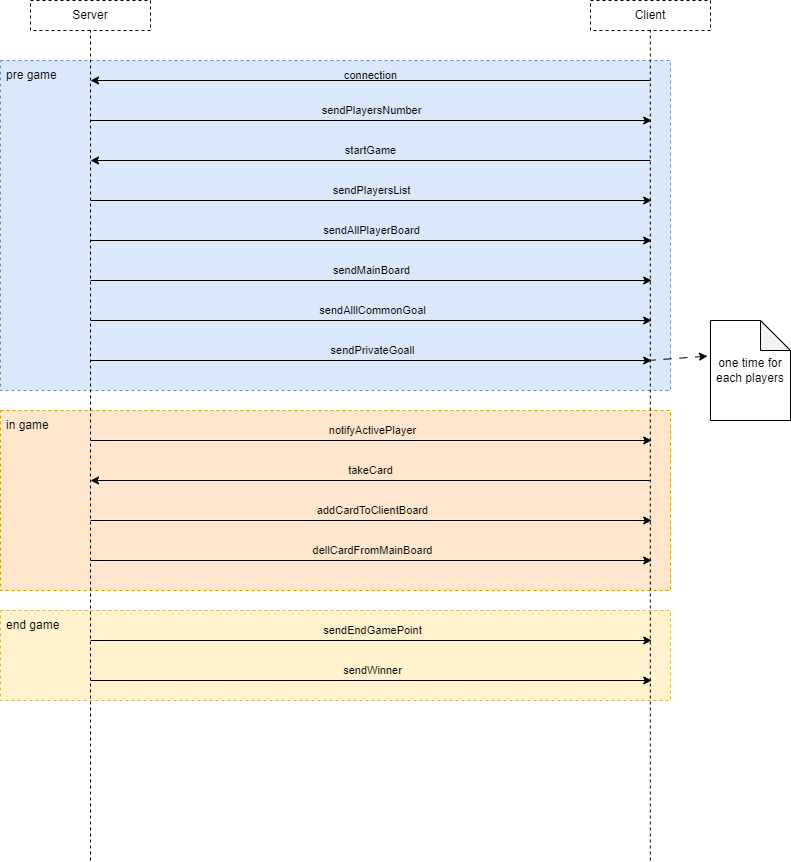
Above: Deliveries/UML/DatadiagramController.png in MatteoBriscini/Software-engineering-final-project (draw.io), before the change. Source tidied: cells renumbered, new cells last; positions are measured from the earlier drawing's top-left corner, leaving out a move shared by most shapes.
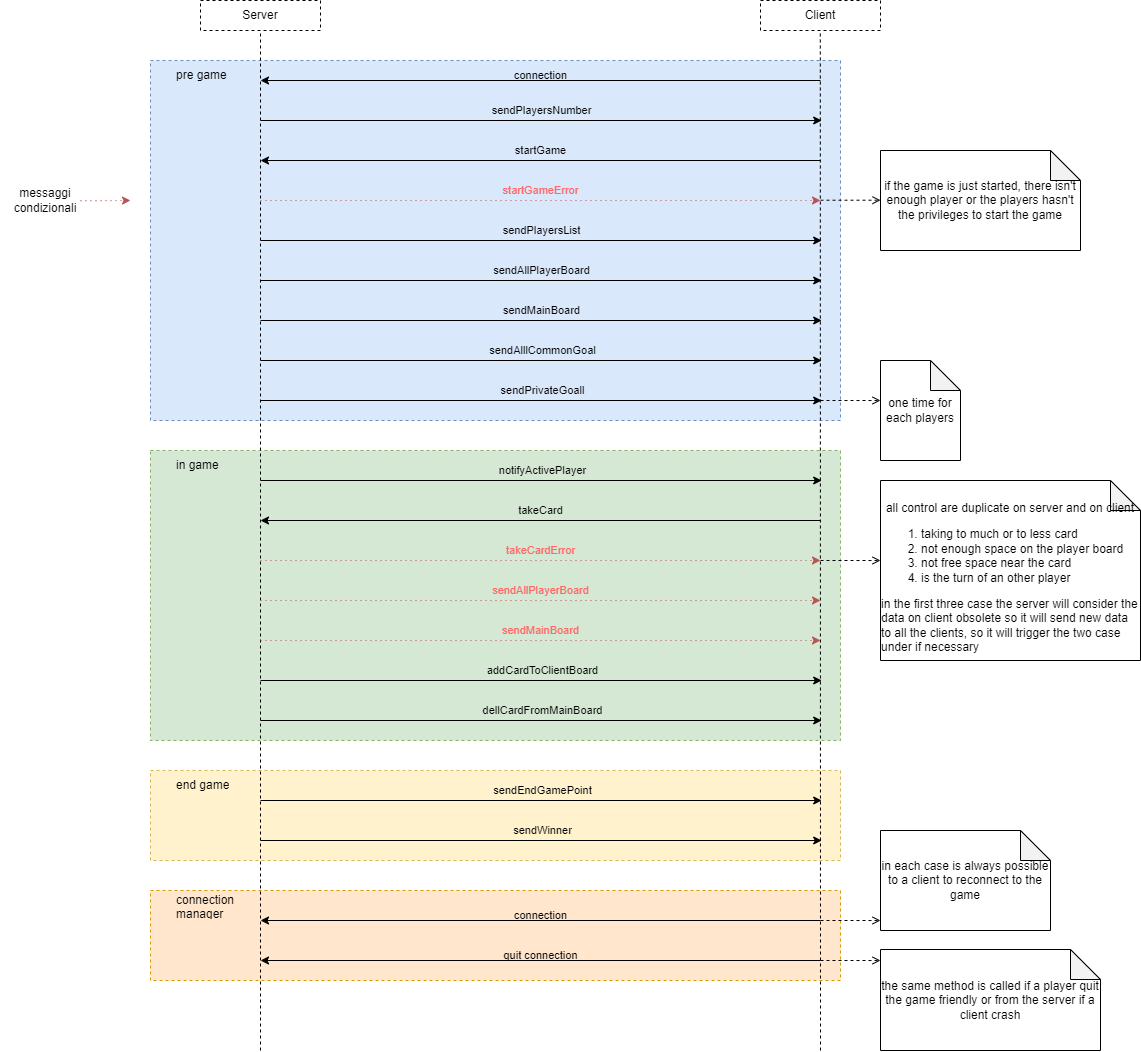
The same file after the commit.

The edit, as a diff of the source:
```diff
@@ -2,15 +2,18 @@
   <root>
     <mxCell id="0" />
     <mxCell id="1" parent="0" />
-    <mxCell id="2" style="rounded=0;whiteSpace=wrap;html=1;fillColor=#fff2cc;strokeColor=#d6b656;dashed=1;" parent="1" vertex="1">
-      <mxGeometry y="610" width="670" height="90" as="geometry" />
-    </mxCell>
-    <mxCell id="3" style="rounded=0;whiteSpace=wrap;html=1;fillColor=#ffe6cc;strokeColor=#d79b00;dashed=1;" parent="1" vertex="1">
-      <mxGeometry y="410" width="670" height="180" as="geometry" />
-    </mxCell>
-    <mxCell id="4" style="rounded=0;whiteSpace=wrap;html=1;dashed=1;fillColor=#dae8fc;strokeColor=#6c8ebf;" parent="1" vertex="1">
-      <mxGeometry y="60" width="670" height="330" as="geometry" />
-    </mxCell>
+    <mxCell id="42" style="rounded=0;whiteSpace=wrap;html=1;fillColor=#ffe6cc;strokeColor=#d79b00;dashed=1;" parent="1" vertex="1">
+      <mxGeometry x="-20" y="890" width="690" height="90" as="geometry" />
+    </mxCell>
+    <mxCell id="43" style="rounded=0;whiteSpace=wrap;html=1;fillColor=#fff2cc;strokeColor=#d6b656;dashed=1;" parent="1" vertex="1">
+      <mxGeometry x="-20" y="770" width="690" height="90" as="geometry" />
+    </mxCell>
+    <mxCell id="44" style="rounded=0;whiteSpace=wrap;html=1;dashed=1;strokeColor=#82b366;fillColor=#d5e8d4;" parent="1" vertex="1">
+      <mxGeometry x="-20" y="450" width="690" height="290" as="geometry" />
+    </mxCell>
+    <mxCell id="45" style="rounded=0;whiteSpace=wrap;html=1;strokeColor=#6c8ebf;dashed=1;fillColor=#dae8fc;" parent="1" vertex="1">
+      <mxGeometry x="-20" y="60" width="690" height="360" as="geometry" />
+    </mxCell>
     <mxCell id="5" value="Server" style="rounded=0;whiteSpace=wrap;html=1;dashed=1;" parent="1" vertex="1">
       <mxGeometry x="30" width="120" height="30" as="geometry" />
     </mxCell>
@@ -19,12 +22,12 @@
     </mxCell>
     <mxCell id="7" style="endArrow=none;dashed=1;html=1;rounded=0;entryX=0.5;entryY=1;entryDx=0;entryDy=0;" parent="1" edge="1" target="5">
       <mxGeometry relative="1" as="geometry">
-        <mxPoint x="90" y="860" as="sourcePoint" />
+        <mxPoint x="90" y="1050" as="sourcePoint" />
       </mxGeometry>
     </mxCell>
     <mxCell id="8" style="endArrow=none;dashed=1;html=1;rounded=0;entryX=0.5;entryY=1;entryDx=0;entryDy=0;" parent="1" edge="1">
       <mxGeometry relative="1" as="geometry">
-        <mxPoint x="649.8" y="860" as="sourcePoint" />
+        <mxPoint x="650" y="1050" as="sourcePoint" />
         <mxPoint x="649.8" y="30" as="targetPoint" />
       </mxGeometry>
     </mxCell>
@@ -63,8 +66,8 @@
     </mxCell>
     <mxCell id="15" style="endArrow=classic;html=1;rounded=0;" parent="1" edge="1">
       <mxGeometry relative="1" as="geometry">
-        <mxPoint x="90" y="200" as="sourcePoint" />
-        <mxPoint x="651.2" y="200" as="targetPoint" />
+        <mxPoint x="90" y="240" as="sourcePoint" />
+        <mxPoint x="651.2" y="240" as="targetPoint" />
       </mxGeometry>
     </mxCell>
     <mxCell id="16" value="sendPlayersList" style="edgeLabel;html=1;align=center;verticalAlign=middle;labelBackgroundColor=none;" parent="15" vertex="1">
@@ -74,8 +77,8 @@
     </mxCell>
     <mxCell id="17" style="endArrow=classic;html=1;rounded=0;" parent="1" edge="1">
       <mxGeometry relative="1" as="geometry">
-        <mxPoint x="90" y="240" as="sourcePoint" />
-        <mxPoint x="651.2" y="240" as="targetPoint" />
+        <mxPoint x="90" y="280" as="sourcePoint" />
+        <mxPoint x="651.2" y="280" as="targetPoint" />
       </mxGeometry>
     </mxCell>
     <mxCell id="18" value="sendAllPlayerBoard" style="edgeLabel;html=1;align=center;verticalAlign=middle;labelBackgroundColor=none;" parent="17" vertex="1">
@@ -85,8 +88,8 @@
     </mxCell>
     <mxCell id="19" style="endArrow=classic;html=1;rounded=0;" parent="1" edge="1">
       <mxGeometry relative="1" as="geometry">
-        <mxPoint x="90" y="280" as="sourcePoint" />
-        <mxPoint x="651.2" y="280" as="targetPoint" />
+        <mxPoint x="90" y="320" as="sourcePoint" />
+        <mxPoint x="651.2" y="320" as="targetPoint" />
       </mxGeometry>
     </mxCell>
     <mxCell id="20" value="sendMainBoard" style="edgeLabel;html=1;align=center;verticalAlign=middle;labelBackgroundColor=none;" parent="19" vertex="1">
@@ -96,8 +99,8 @@
     </mxCell>
     <mxCell id="21" style="endArrow=classic;html=1;rounded=0;" parent="1" edge="1">
       <mxGeometry relative="1" as="geometry">
-        <mxPoint x="90" y="320" as="sourcePoint" />
-        <mxPoint x="651.2" y="320" as="targetPoint" />
+        <mxPoint x="90" y="360" as="sourcePoint" />
+        <mxPoint x="651.2" y="360" as="targetPoint" />
       </mxGeometry>
     </mxCell>
     <mxCell id="22" value="sendAlllCommonGoal" style="edgeLabel;html=1;align=center;verticalAlign=middle;labelBackgroundColor=none;" parent="21" vertex="1">
@@ -107,8 +110,8 @@
     </mxCell>
     <mxCell id="23" style="endArrow=classic;html=1;rounded=0;" parent="1" edge="1">
       <mxGeometry relative="1" as="geometry">
-        <mxPoint x="90" y="360" as="sourcePoint" />
-        <mxPoint x="651.2" y="360" as="targetPoint" />
+        <mxPoint x="90" y="400" as="sourcePoint" />
+        <mxPoint x="651.2" y="400" as="targetPoint" />
       </mxGeometry>
     </mxCell>
     <mxCell id="24" value="sendPrivateGoall" style="edgeLabel;html=1;align=center;verticalAlign=middle;labelBackgroundColor=none;" parent="23" vertex="1">
@@ -117,17 +120,12 @@
       </mxGeometry>
     </mxCell>
     <mxCell id="25" value="one time for each players" style="shape=note;whiteSpace=wrap;html=1;backgroundOutline=1;darkOpacity=0.05;" parent="1" vertex="1">
-      <mxGeometry x="710" y="320" width="80" height="100" as="geometry" />
+      <mxGeometry x="710" y="360" width="80" height="100" as="geometry" />
     </mxCell>
-    <mxCell id="26" style="endArrow=classic;html=1;rounded=0;entryX=-0.038;entryY=0.356;entryDx=0;entryDy=0;entryPerimeter=0;dashed=1;dashPattern=8 8;" parent="1" edge="1" target="25">
-      <mxGeometry relative="1" as="geometry">
-        <mxPoint x="647" y="360" as="sourcePoint" />
-      </mxGeometry>
-    </mxCell>
     <mxCell id="27" style="endArrow=classic;html=1;rounded=0;labelBackgroundColor=none;" parent="1" edge="1">
       <mxGeometry relative="1" as="geometry">
-        <mxPoint x="90" y="440" as="sourcePoint" />
-        <mxPoint x="651.2" y="440" as="targetPoint" />
+        <mxPoint x="90" y="480" as="sourcePoint" />
+        <mxPoint x="651.2" y="480" as="targetPoint" />
       </mxGeometry>
     </mxCell>
     <mxCell id="28" value="notifyActivePlayer" style="edgeLabel;html=1;align=center;verticalAlign=middle;labelBackgroundColor=none;" parent="27" vertex="1">
@@ -137,8 +135,8 @@
     </mxCell>
     <mxCell id="29" style="endArrow=classic;html=1;rounded=0;" parent="1" edge="1">
       <mxGeometry relative="1" as="geometry">
-        <mxPoint x="650" y="480" as="sourcePoint" />
-        <mxPoint x="90" y="480" as="targetPoint" />
+        <mxPoint x="650" y="520" as="sourcePoint" />
+        <mxPoint x="90" y="520" as="targetPoint" />
       </mxGeometry>
     </mxCell>
     <mxCell id="30" value="takeCard" style="edgeLabel;html=1;align=center;verticalAlign=middle;labelBackgroundColor=none;" parent="29" vertex="1">
@@ -148,8 +146,8 @@
     </mxCell>
     <mxCell id="31" style="endArrow=classic;html=1;rounded=0;" parent="1" edge="1">
       <mxGeometry relative="1" as="geometry">
-        <mxPoint x="90" y="520" as="sourcePoint" />
-        <mxPoint x="651.2" y="520" as="targetPoint" />
+        <mxPoint x="90" y="680" as="sourcePoint" />
+        <mxPoint x="651.2" y="680" as="targetPoint" />
       </mxGeometry>
     </mxCell>
     <mxCell id="32" value="addCardToClientBoard" style="edgeLabel;html=1;align=center;verticalAlign=middle;labelBackgroundColor=none;" parent="31" vertex="1">
@@ -159,8 +157,8 @@
     </mxCell>
     <mxCell id="33" style="endArrow=classic;html=1;rounded=0;" parent="1" edge="1">
       <mxGeometry relative="1" as="geometry">
-        <mxPoint x="90" y="560" as="sourcePoint" />
-        <mxPoint x="651.2" y="560" as="targetPoint" />
+        <mxPoint x="90" y="720" as="sourcePoint" />
+        <mxPoint x="651.2" y="720" as="targetPoint" />
       </mxGeometry>
     </mxCell>
     <mxCell id="34" value="dellCardFromMainBoard" style="edgeLabel;html=1;align=center;verticalAlign=middle;labelBackgroundColor=none;" parent="33" vertex="1">
@@ -170,8 +168,8 @@
     </mxCell>
     <mxCell id="35" style="endArrow=classic;html=1;rounded=0;" parent="1" edge="1">
       <mxGeometry relative="1" as="geometry">
-        <mxPoint x="90" y="640" as="sourcePoint" />
-        <mxPoint x="651.2" y="640" as="targetPoint" />
+        <mxPoint x="90" y="800" as="sourcePoint" />
+        <mxPoint x="651.2" y="800" as="targetPoint" />
       </mxGeometry>
     </mxCell>
     <mxCell id="36" value="sendEndGamePoint" style="edgeLabel;html=1;align=center;verticalAlign=middle;labelBackgroundColor=none;" parent="35" vertex="1">
@@ -181,8 +179,8 @@
     </mxCell>
     <mxCell id="37" style="endArrow=classic;html=1;rounded=0;" parent="1" edge="1">
       <mxGeometry relative="1" as="geometry">
-        <mxPoint x="90" y="680" as="sourcePoint" />
-        <mxPoint x="651.2" y="680" as="targetPoint" />
+        <mxPoint x="90" y="840" as="sourcePoint" />
+        <mxPoint x="651.2" y="840" as="targetPoint" />
       </mxGeometry>
     </mxCell>
     <mxCell id="38" value="sendWinner" style="edgeLabel;html=1;align=center;verticalAlign=middle;labelBackgroundColor=none;" parent="37" vertex="1">
@@ -194,10 +192,121 @@
       <mxGeometry y="60" width="80" height="30" as="geometry" />
     </mxCell>
     <mxCell id="40" value="in game" style="text;strokeColor=none;fillColor=none;align=left;verticalAlign=middle;spacingLeft=4;spacingRight=4;overflow=hidden;whiteSpace=wrap;html=1;" parent="1" vertex="1">
-      <mxGeometry y="410" width="80" height="30" as="geometry" />
+      <mxGeometry y="450" width="80" height="30" as="geometry" />
     </mxCell>
     <mxCell id="41" value="end game" style="text;strokeColor=none;fillColor=none;align=left;verticalAlign=middle;spacingLeft=4;spacingRight=4;overflow=hidden;whiteSpace=wrap;html=1;" parent="1" vertex="1">
-      <mxGeometry y="610" width="80" height="30" as="geometry" />
+      <mxGeometry y="770" width="80" height="30" as="geometry" />
     </mxCell>
+    <mxCell id="46" style="endArrow=classic;html=1;rounded=0;fillColor=#f8cecc;strokeColor=#b85450;dashed=1;dashPattern=1 4;" parent="1" edge="1">
+      <mxGeometry relative="1" as="geometry">
+        <mxPoint x="90" y="200" as="sourcePoint" />
+        <mxPoint x="650" y="200" as="targetPoint" />
+      </mxGeometry>
+    </mxCell>
+    <mxCell id="47" value="&lt;font color=&quot;#ff6666&quot;&gt;startGameError&lt;/font&gt;" style="edgeLabel;html=1;align=center;verticalAlign=middle;labelBackgroundColor=none;" parent="1" vertex="1">
+      <mxGeometry x="370" y="190" as="geometry" />
+    </mxCell>
+    <mxCell id="48" style="html=1;verticalAlign=bottom;labelBackgroundColor=none;endArrow=open;endFill=0;dashed=1;rounded=0;entryX=0;entryY=0.4;entryDx=0;entryDy=0;entryPerimeter=0;" parent="1" edge="1" target="25">
+      <mxGeometry relative="1" as="geometry">
+        <mxPoint x="650" y="400" as="sourcePoint" />
+      </mxGeometry>
+    </mxCell>
+    <mxCell id="49" value="if the game is just started, there isn't enough player or the players hasn't the privileges to start the game" style="shape=note;whiteSpace=wrap;html=1;backgroundOutline=1;darkOpacity=0.05;" parent="1" vertex="1">
+      <mxGeometry x="710" y="150" width="200" height="100" as="geometry" />
+    </mxCell>
+    <mxCell id="50" style="html=1;verticalAlign=bottom;labelBackgroundColor=none;endArrow=open;endFill=0;dashed=1;rounded=0;entryX=0;entryY=0.4;entryDx=0;entryDy=0;entryPerimeter=0;" parent="1" edge="1">
+      <mxGeometry relative="1" as="geometry">
+        <mxPoint x="650" y="199.7" as="sourcePoint" />
+        <mxPoint x="710" y="199.7" as="targetPoint" />
+      </mxGeometry>
+    </mxCell>
+    <mxCell id="51" style="endArrow=classic;html=1;rounded=0;fillColor=#f8cecc;strokeColor=#b85450;dashed=1;dashPattern=1 4;" parent="1" edge="1">
+      <mxGeometry relative="1" as="geometry">
+        <mxPoint x="90" y="560" as="sourcePoint" />
+        <mxPoint x="650" y="560" as="targetPoint" />
+      </mxGeometry>
+    </mxCell>
+    <mxCell id="52" value="&lt;font color=&quot;#ff6666&quot;&gt;takeCardError&lt;/font&gt;" style="edgeLabel;html=1;align=center;verticalAlign=middle;labelBackgroundColor=none;" parent="1" vertex="1">
+      <mxGeometry x="370" y="550" as="geometry" />
+    </mxCell>
+    <mxCell id="53" value="&lt;br&gt;all control are duplicate on server and on client&lt;br&gt;&lt;ol&gt;&lt;li style=&quot;text-align: left;&quot;&gt;taking to much or to less card&lt;/li&gt;&lt;li style=&quot;text-align: left;&quot;&gt;not enough space on the player board&lt;br&gt;&lt;/li&gt;&lt;li style=&quot;text-align: left;&quot;&gt;not free space near the card&lt;/li&gt;&lt;li style=&quot;text-align: left;&quot;&gt;is the turn of an other player&lt;/li&gt;&lt;/ol&gt;&lt;div style=&quot;text-align: left;&quot;&gt;in the first three case the server will consider the data on client obsolete so it will send new data to all the clients, so it will trigger the two case under if necessary&lt;/div&gt;" style="shape=note;whiteSpace=wrap;html=1;backgroundOutline=1;darkOpacity=0.05;" parent="1" vertex="1">
+      <mxGeometry x="710" y="480" width="260" height="180" as="geometry" />
+    </mxCell>
+    <mxCell id="54" style="html=1;verticalAlign=bottom;labelBackgroundColor=none;endArrow=open;endFill=0;dashed=1;rounded=0;entryX=0;entryY=0.4;entryDx=0;entryDy=0;entryPerimeter=0;" parent="1" edge="1">
+      <mxGeometry relative="1" as="geometry">
+        <mxPoint x="650" y="560" as="sourcePoint" />
+        <mxPoint x="710" y="560" as="targetPoint" />
+      </mxGeometry>
+    </mxCell>
+    <mxCell id="55" style="endArrow=classic;html=1;rounded=0;fillColor=#f8cecc;strokeColor=#b85450;dashed=1;dashPattern=1 4;" parent="1" edge="1">
+      <mxGeometry relative="1" as="geometry">
+        <mxPoint x="90" y="600" as="sourcePoint" />
+        <mxPoint x="650" y="600" as="targetPoint" />
+      </mxGeometry>
+    </mxCell>
+    <mxCell id="56" value="&lt;font color=&quot;#ff6666&quot;&gt;sendAllPlayerBoard&lt;/font&gt;" style="edgeLabel;html=1;align=center;verticalAlign=middle;labelBackgroundColor=none;" parent="1" vertex="1">
+      <mxGeometry x="370" y="590" as="geometry" />
+    </mxCell>
+    <mxCell id="57" style="endArrow=classic;html=1;rounded=0;fillColor=#f8cecc;strokeColor=#b85450;dashed=1;dashPattern=1 4;" parent="1" edge="1">
+      <mxGeometry relative="1" as="geometry">
+        <mxPoint x="90" y="640" as="sourcePoint" />
+        <mxPoint x="650" y="640" as="targetPoint" />
+      </mxGeometry>
+    </mxCell>
+    <mxCell id="58" value="&lt;font color=&quot;#ff6666&quot;&gt;sendMainBoard&lt;/font&gt;" style="edgeLabel;html=1;align=center;verticalAlign=middle;labelBackgroundColor=none;" parent="1" vertex="1">
+      <mxGeometry x="370" y="630" as="geometry" />
+    </mxCell>
+    <mxCell id="59" style="endArrow=classic;html=1;rounded=0;" parent="1" edge="1">
+      <mxGeometry relative="1" as="geometry">
+        <mxPoint x="650" y="920" as="sourcePoint" />
+        <mxPoint x="90" y="920" as="targetPoint" />
+      </mxGeometry>
+    </mxCell>
+    <mxCell id="60" value="connection" style="edgeLabel;html=1;align=center;verticalAlign=middle;labelBackgroundColor=none;" parent="59" vertex="1">
+      <mxGeometry relative="1" as="geometry">
+        <mxPoint y="-5" as="offset" />
+      </mxGeometry>
+    </mxCell>
+    <mxCell id="61" style="endArrow=classic;html=1;rounded=0;" parent="1" edge="1">
+      <mxGeometry relative="1" as="geometry">
+        <mxPoint x="650" y="960" as="sourcePoint" />
+        <mxPoint x="90" y="960" as="targetPoint" />
+      </mxGeometry>
+    </mxCell>
+    <mxCell id="62" value="quit connection" style="edgeLabel;html=1;align=center;verticalAlign=middle;labelBackgroundColor=none;" parent="61" vertex="1">
+      <mxGeometry relative="1" as="geometry">
+        <mxPoint y="-5" as="offset" />
+      </mxGeometry>
+    </mxCell>
+    <mxCell id="63" value="connection manager" style="text;strokeColor=none;fillColor=none;align=left;verticalAlign=middle;spacingLeft=4;spacingRight=4;overflow=hidden;whiteSpace=wrap;html=1;" parent="1" vertex="1">
+      <mxGeometry y="890" width="80" height="30" as="geometry" />
+    </mxCell>
+    <mxCell id="64" value="in each case is always possible to a client to reconnect to the game" style="shape=note;whiteSpace=wrap;html=1;backgroundOutline=1;darkOpacity=0.05;" parent="1" vertex="1">
+      <mxGeometry x="710" y="830" width="170" height="100" as="geometry" />
+    </mxCell>
+    <mxCell id="65" style="html=1;verticalAlign=bottom;labelBackgroundColor=none;endArrow=open;endFill=0;dashed=1;rounded=0;entryX=0;entryY=0.4;entryDx=0;entryDy=0;entryPerimeter=0;" parent="1" edge="1">
+      <mxGeometry relative="1" as="geometry">
+        <mxPoint x="650" y="920" as="sourcePoint" />
+        <mxPoint x="710" y="920" as="targetPoint" />
+      </mxGeometry>
+    </mxCell>
+    <mxCell id="66" value="the same method is called if a player quit the game friendly or from the server if a client crash" style="shape=note;whiteSpace=wrap;html=1;backgroundOutline=1;darkOpacity=0.05;" parent="1" vertex="1">
+      <mxGeometry x="710" y="949" width="220" height="101" as="geometry" />
+    </mxCell>
+    <mxCell id="67" style="html=1;verticalAlign=bottom;labelBackgroundColor=none;endArrow=open;endFill=0;dashed=1;rounded=0;entryX=0;entryY=0.4;entryDx=0;entryDy=0;entryPerimeter=0;" parent="1" edge="1">
+      <mxGeometry relative="1" as="geometry">
+        <mxPoint x="650" y="960" as="sourcePoint" />
+        <mxPoint x="710" y="960" as="targetPoint" />
+      </mxGeometry>
+    </mxCell>
+    <mxCell id="68" style="endArrow=classic;html=1;rounded=0;fillColor=#f8cecc;strokeColor=#b85450;dashed=1;dashPattern=1 4;" parent="1" edge="1">
+      <mxGeometry relative="1" as="geometry">
+        <mxPoint x="-90" y="200.2" as="sourcePoint" />
+        <mxPoint x="-40" y="200" as="targetPoint" />
+      </mxGeometry>
+    </mxCell>
+    <mxCell id="69" value="messaggi condizionali" style="text;html=1;strokeColor=none;fillColor=none;align=center;verticalAlign=middle;whiteSpace=wrap;rounded=0;" parent="1" vertex="1">
+      <mxGeometry x="-170" y="185" width="90" height="30" as="geometry" />
+    </mxCell>
   </root>
 </mxGraphModel>
```
